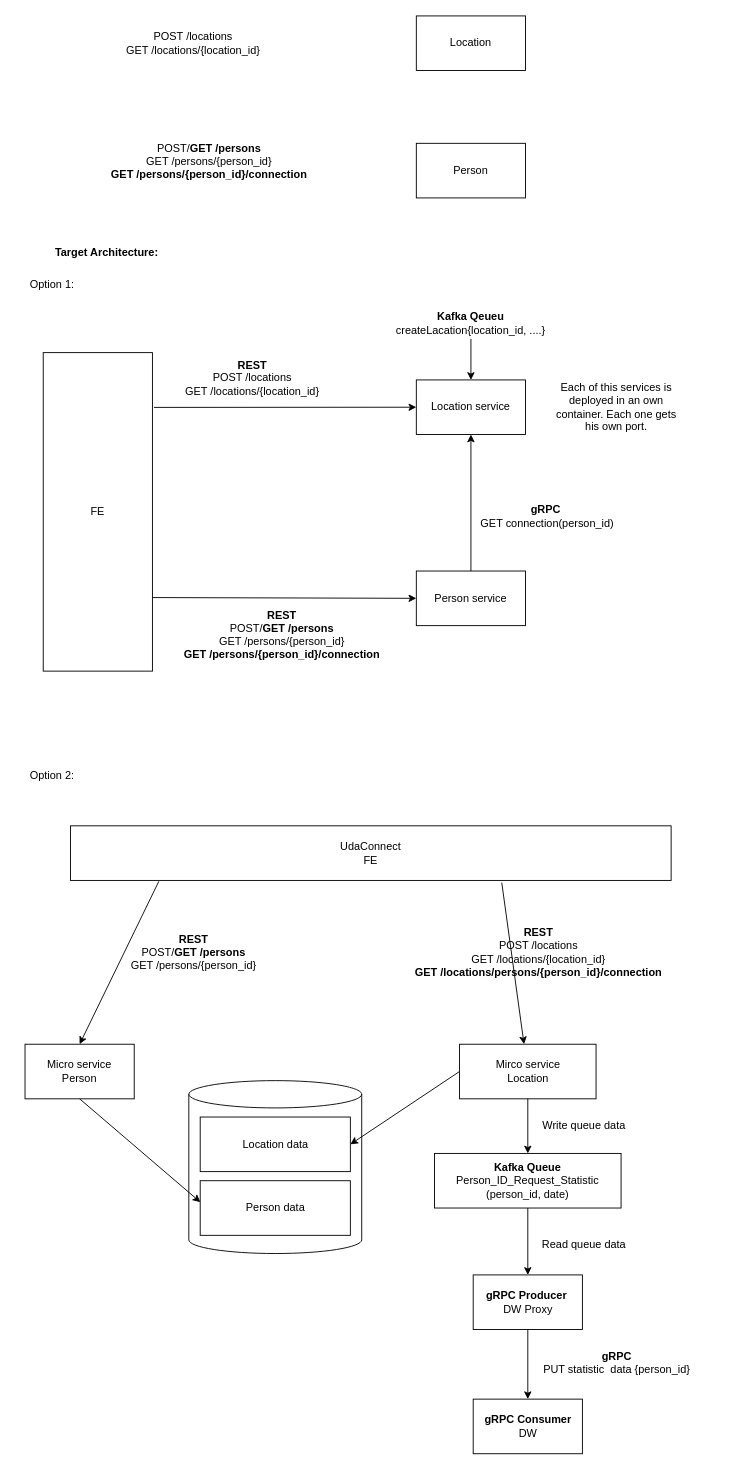
Earlier version of the draw.io diagram docs/architecture_design.drawio (kklaus1717/cd0309-message-passing-projects-starter). Source tidied: cells renumbered, new cells numbered last; positions are measured from the earlier drawing's top-left corner, leaving out a move shared by most shapes. Both pictures are drawn from the tidied source at 91%, with x=0, y=0 at pixel (15, 15).
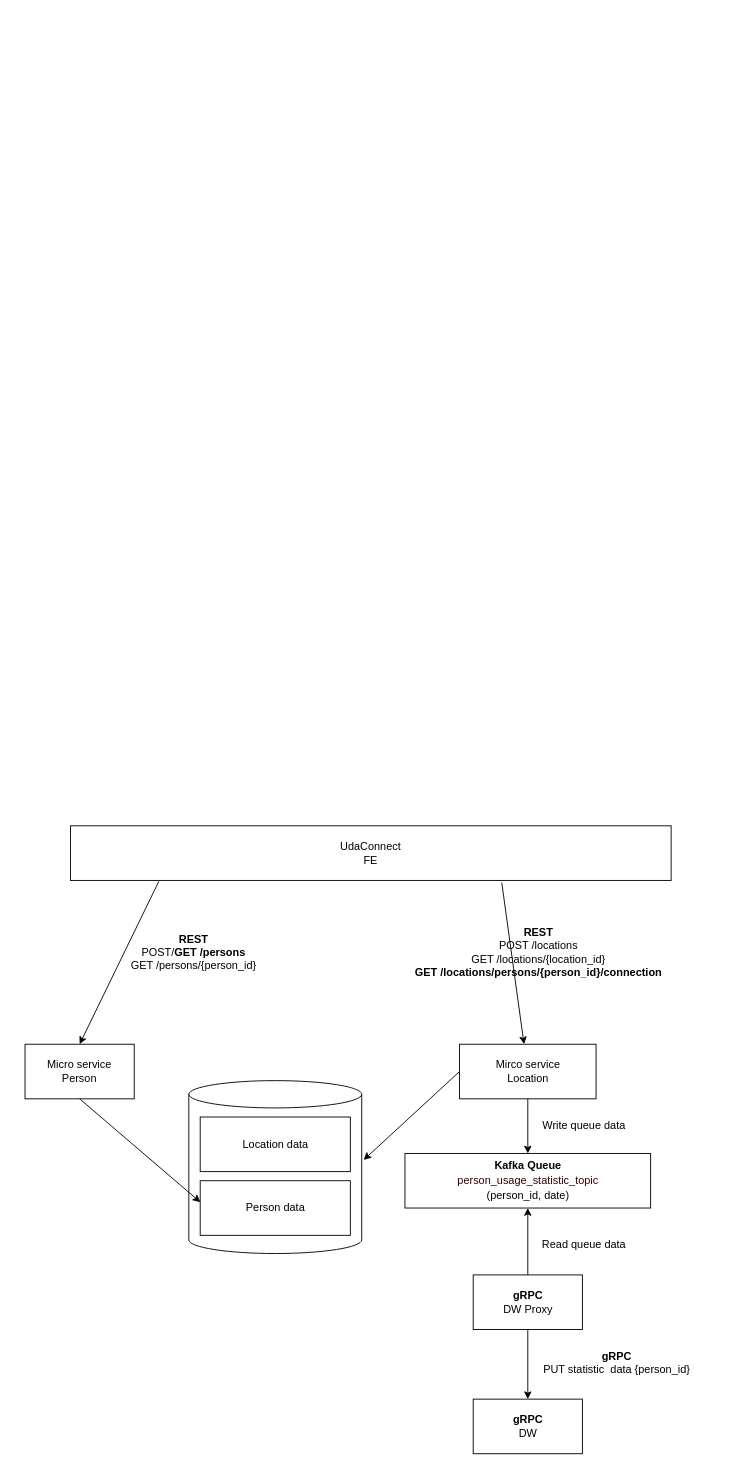
Above is the later version.

Unchanged cells that the change refers to:
```xml
<mxCell id="18" value="Mirco service&lt;div&gt;Location&lt;/div&gt;" style="rounded=0;whiteSpace=wrap;html=1;" parent="1" vertex="1">
  <mxGeometry x="487.5" y="1130" width="150" height="60" as="geometry" />
</mxCell>
<mxCell id="32" style="shape=cylinder3;whiteSpace=wrap;html=1;boundedLbl=1;backgroundOutline=1;size=15;" parent="1" vertex="1">
  <mxGeometry x="190" y="1170" width="190" height="190" as="geometry" />
</mxCell>
<mxCell id="33" value="Location data" style="rounded=0;whiteSpace=wrap;html=1;" parent="1" vertex="1">
  <mxGeometry x="202.5" y="1210" width="165" height="60" as="geometry" />
</mxCell>
```

What changed in the source:
```diff
@@
-    <mxCell id="2" value="Location" style="rounded=0;whiteSpace=wrap;html=1;" parent="1" vertex="1">
-      <mxGeometry x="440" width="120" height="60" as="geometry" />
-    </mxCell>
-    <mxCell id="3" value="POST /locations&lt;div&gt;GET /locations/{location_id}&lt;/div&gt;" style="text;html=1;align=center;verticalAlign=middle;whiteSpace=wrap;rounded=0;" parent="1" vertex="1">
-      <mxGeometry x="110" y="12.5" width="170" height="35" as="geometry" />
-    </mxCell>
-    <mxCell id="4" value="Person" style="rounded=0;whiteSpace=wrap;html=1;" parent="1" vertex="1">
-      <mxGeometry x="440" y="140" width="120" height="60" as="geometry" />
-    </mxCell>
-    <mxCell id="5" value="POST/&lt;b&gt;GET /persons&lt;/b&gt;&lt;div&gt;GET /persons/{person_id}&lt;/div&gt;&lt;div&gt;&lt;b&gt;GET /persons/{person_id}/connection&lt;/b&gt;&lt;/div&gt;" style="text;html=1;align=center;verticalAlign=middle;whiteSpace=wrap;rounded=0;" parent="1" vertex="1">
-      <mxGeometry x="90" y="120" width="245" height="80" as="geometry" />
-    </mxCell>
-    <mxCell id="6" value="&lt;b&gt;Target Architecture:&lt;/b&gt;" style="text;html=1;align=center;verticalAlign=middle;whiteSpace=wrap;rounded=0;" parent="1" vertex="1">
-      <mxGeometry y="245" width="200" height="30" as="geometry" />
-    </mxCell>
-    <mxCell id="7" value="Location service" style="rounded=0;whiteSpace=wrap;html=1;" parent="1" vertex="1">
-      <mxGeometry x="440" y="400" width="120" height="60" as="geometry" />
-    </mxCell>
-    <mxCell id="8" value="&lt;div&gt;&lt;b&gt;Kafka Qeueu&lt;/b&gt;&lt;/div&gt;&lt;div&gt;createLacation{location_id, ....}&lt;/div&gt;" style="text;html=1;align=center;verticalAlign=middle;whiteSpace=wrap;rounded=0;" parent="1" vertex="1">
-      <mxGeometry x="415" y="320" width="170" height="35" as="geometry" />
-    </mxCell>
-    <mxCell id="9" value="Person service" style="rounded=0;whiteSpace=wrap;html=1;" parent="1" vertex="1">
-      <mxGeometry x="440" y="610" width="120" height="60" as="geometry" />
-    </mxCell>
-    <mxCell id="10" value="&lt;div&gt;&lt;b&gt;REST&lt;/b&gt;&lt;/div&gt;POST/&lt;b&gt;GET /persons&lt;/b&gt;&lt;div&gt;GET /persons/{person_id}&lt;/div&gt;&lt;div&gt;&lt;b&gt;GET /persons/{person_id}/connection&lt;/b&gt;&lt;/div&gt;" style="text;html=1;align=center;verticalAlign=middle;whiteSpace=wrap;rounded=0;" parent="1" vertex="1">
-      <mxGeometry x="170" y="640" width="245" height="80" as="geometry" />
-    </mxCell>
-    <mxCell id="11" value="&lt;div&gt;&lt;b&gt;gRPC&lt;/b&gt;&lt;/div&gt;&lt;div&gt;&amp;nbsp;GET connection(&lt;span style=&quot;background-color: transparent; color: light-dark(rgb(0, 0, 0), rgb(255, 255, 255));&quot;&gt;person_id&lt;/span&gt;&lt;span style=&quot;background-color: transparent; color: light-dark(rgb(0, 0, 0), rgb(255, 255, 255));&quot;&gt;)&lt;/span&gt;&lt;/div&gt;" style="text;html=1;align=center;verticalAlign=middle;whiteSpace=wrap;rounded=0;" parent="1" vertex="1">
-      <mxGeometry x="460" y="510" width="245" height="80" as="geometry" />
-    </mxCell>
-    <mxCell id="12" style="endArrow=classic;html=1;rounded=0;exitX=0.5;exitY=0;exitDx=0;exitDy=0;" parent="1" edge="1" source="9" target="7">
-      <mxGeometry relative="1" as="geometry" />
-    </mxCell>
-    <mxCell id="13" value="&lt;div&gt;&lt;b&gt;REST&lt;/b&gt;&lt;/div&gt;POST /locations&lt;div&gt;GET /locations/{location_id}&lt;/div&gt;" style="text;html=1;align=center;verticalAlign=middle;whiteSpace=wrap;rounded=0;" parent="1" vertex="1">
-      <mxGeometry x="175" y="380" width="170" height="35" as="geometry" />
-    </mxCell>
-    <mxCell id="14" style="endArrow=classic;html=1;rounded=0;entryX=0.5;entryY=0;entryDx=0;entryDy=0;" parent="1" edge="1" source="8" target="7">
-      <mxGeometry relative="1" as="geometry" />
-    </mxCell>
-    <mxCell id="15" style="endArrow=classic;html=1;rounded=0;entryX=0;entryY=0.5;entryDx=0;entryDy=0;exitX=1.014;exitY=0.172;exitDx=0;exitDy=0;exitPerimeter=0;" parent="1" edge="1" source="25" target="7">
-      <mxGeometry relative="1" as="geometry" />
-    </mxCell>
-    <mxCell id="16" style="endArrow=classic;html=1;rounded=0;exitX=0.985;exitY=0.769;exitDx=0;exitDy=0;entryX=0;entryY=0.5;entryDx=0;entryDy=0;exitPerimeter=0;" parent="1" edge="1" source="25" target="9">
-      <mxGeometry relative="1" as="geometry" />
-    </mxCell>
-    <mxCell id="17" value="Each of this services is deployed in an own container. Each one gets his own port." style="text;html=1;align=center;verticalAlign=middle;whiteSpace=wrap;rounded=0;" parent="1" vertex="1">
-      <mxGeometry x="590" y="385" width="140" height="90" as="geometry" />
-    </mxCell>
@@
-    <mxCell id="24" value="Option 1:" style="text;html=1;align=center;verticalAlign=middle;whiteSpace=wrap;rounded=0;" parent="1" vertex="1">
-      <mxGeometry x="10" y="280" width="60" height="30" as="geometry" />
-    </mxCell>
-    <mxCell id="25" value="FE" style="rounded=0;whiteSpace=wrap;html=1;" parent="1" vertex="1">
-      <mxGeometry x="30" y="370" width="120" height="350" as="geometry" />
-    </mxCell>
-    <mxCell id="26" value="Option 2:" style="text;html=1;align=center;verticalAlign=middle;whiteSpace=wrap;rounded=0;" parent="1" vertex="1">
-      <mxGeometry x="10" y="820" width="60" height="30" as="geometry" />
-    </mxCell>
@@
-    <mxCell id="29" style="endArrow=classic;html=1;rounded=0;exitX=0.5;exitY=1;exitDx=0;exitDy=0;entryX=0.5;entryY=0;entryDx=0;entryDy=0;" parent="1" edge="1" source="37" target="30">
+    <mxCell id="29" style="endArrow=classic;html=1;rounded=0;exitX=0.5;exitY=0;exitDx=0;exitDy=0;entryX=0.5;entryY=1;entryDx=0;entryDy=0;" parent="1" edge="1" source="30" target="37">
       <mxGeometry relative="1" as="geometry" />
     </mxCell>
-    <mxCell id="30" value="&lt;b&gt;gRPC Producer&amp;nbsp;&lt;/b&gt;&lt;div&gt;DW Proxy&lt;/div&gt;" style="rounded=0;whiteSpace=wrap;html=1;" parent="1" vertex="1">
+    <mxCell id="30" value="&lt;b&gt;gRPC&lt;/b&gt;&lt;div&gt;DW Proxy&lt;/div&gt;" style="rounded=0;whiteSpace=wrap;html=1;" parent="1" vertex="1">
       <mxGeometry x="502.5" y="1383.5" width="120" height="60" as="geometry" />
     </mxCell>
@@
-    <mxCell id="36" style="endArrow=classic;html=1;rounded=0;exitX=0;exitY=0.5;exitDx=0;exitDy=0;entryX=1;entryY=0.5;entryDx=0;entryDy=0;" parent="1" edge="1" source="18" target="33">
+    <mxCell id="36" style="endArrow=classic;html=1;rounded=0;exitX=0;exitY=0.5;exitDx=0;exitDy=0;entryX=1.011;entryY=0.459;entryDx=0;entryDy=0;entryPerimeter=0;" parent="1" edge="1" source="18" target="32">
       <mxGeometry relative="1" as="geometry" />
     </mxCell>
-    <mxCell id="37" value="&lt;div&gt;&lt;b&gt;Kafka Queue&lt;/b&gt;&lt;/div&gt;&lt;div&gt;Person_ID_Request_Statistic&lt;/div&gt;&lt;div&gt;(person_id, date)&lt;/div&gt;" style="rounded=0;whiteSpace=wrap;html=1;" parent="1" vertex="1">
-      <mxGeometry x="460" y="1250" width="205" height="60" as="geometry" />
+    <mxCell id="37" value="&lt;div&gt;&lt;b&gt;Kafka Queue&lt;/b&gt;&lt;/div&gt;&lt;div&gt;&lt;div style=&quot;line-height: 19px; white-space: pre;&quot;&gt;&lt;font face=&quot;Helvetica&quot; style=&quot;color: rgb(51, 0, 0); font-size: 12px;&quot;&gt;person_usage_statistic_topic&lt;/font&gt;&lt;/div&gt;&lt;/div&gt;&lt;div&gt;(person_id, date)&lt;/div&gt;" style="rounded=0;whiteSpace=wrap;html=1;" parent="1" vertex="1">
+      <mxGeometry x="427.5" y="1250" width="270" height="60" as="geometry" />
     </mxCell>
-    <mxCell id="38" value="&lt;div&gt;&lt;b&gt;gRPC Consumer&lt;/b&gt;&lt;/div&gt;DW" style="rounded=0;whiteSpace=wrap;html=1;" parent="1" vertex="1">
+    <mxCell id="38" value="&lt;div&gt;&lt;b&gt;gRPC&lt;/b&gt;&lt;/div&gt;DW" style="rounded=0;whiteSpace=wrap;html=1;" parent="1" vertex="1">
       <mxGeometry x="502.5" y="1520" width="120" height="60" as="geometry" />
     </mxCell>
```
